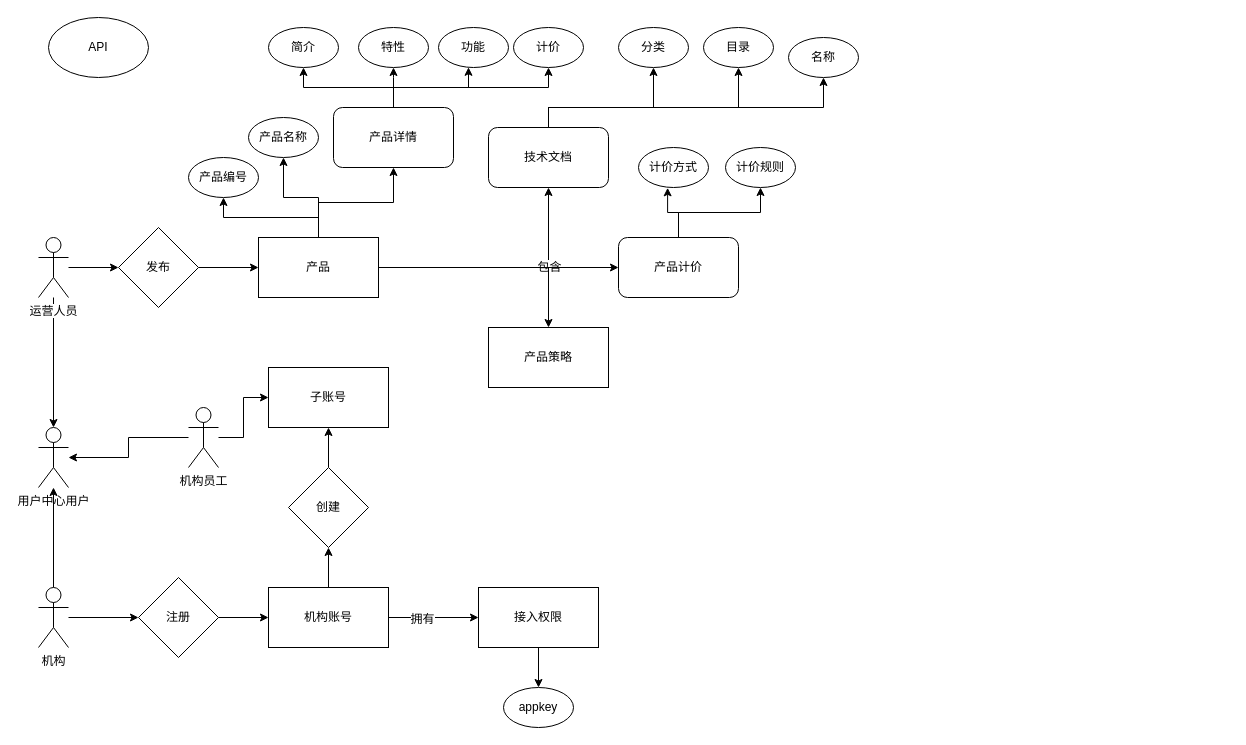
Earlier version of the draw.io diagram page "业务概念" (2 of 4) of 微医云模块.drawio (liaosg/test). Source tidied: cells renumbered, new cells numbered last; positions are measured from the earlier drawing's top-left corner, leaving out a move shared by most shapes. Both pictures are drawn from the tidied source at 100%, with x=0, y=0 at pixel (38, 17).
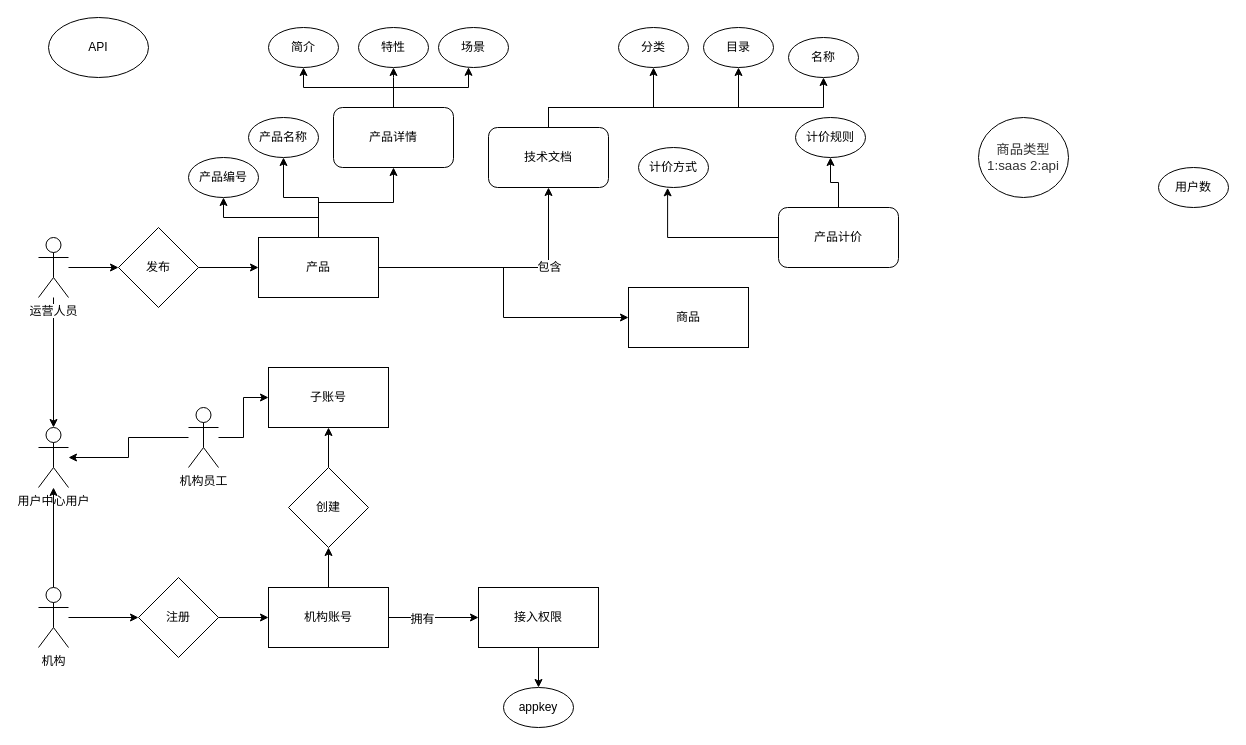
The same page after the edit.

Commit message:
Update 微医云模块.drawio

The change refers to these unchanged cells:
```xml
<mxCell id="9" value="产品" style="rounded=0;whiteSpace=wrap;html=1;" parent="1" vertex="1">
  <mxGeometry x="220" y="220" width="120" height="60" as="geometry" />
</mxCell>
<mxCell id="52" value="产品详情" style="rounded=1;whiteSpace=wrap;html=1;" parent="1" vertex="1">
  <mxGeometry x="295" y="90" width="120" height="60" as="geometry" />
</mxCell>
```

Change to the diagram source:
```diff
@@
-    <mxCell id="6" style="edgeStyle=orthogonalEdgeStyle;rounded=0;jettySize=auto;html=1;entryX=0;entryY=0.5;entryDx=0;entryDy=0;" parent="1" edge="1" source="9" target="44">
-      <mxGeometry relative="1" as="geometry" />
-    </mxCell>
-    <mxCell id="7" style="edgeStyle=orthogonalEdgeStyle;rounded=0;jettySize=auto;html=1;" parent="1" edge="1" source="9" target="47">
-      <mxGeometry relative="1" as="geometry" />
-    </mxCell>
@@
+    <mxCell id="59" style="edgeStyle=orthogonalEdgeStyle;rounded=0;jettySize=auto;html=1;" parent="1" edge="1" source="9" target="60">
+      <mxGeometry relative="1" as="geometry" />
+    </mxCell>
@@
     <mxCell id="44" value="产品计价" style="rounded=1;whiteSpace=wrap;html=1;" parent="1" vertex="1">
-      <mxGeometry x="580" y="220" width="120" height="60" as="geometry" />
+      <mxGeometry x="740" y="190" width="120" height="60" as="geometry" />
     </mxCell>
@@
     <mxCell id="46" value="计价规则" style="ellipse;whiteSpace=wrap;html=1;" parent="1" vertex="1">
-      <mxGeometry x="687" y="130" width="70" height="40" as="geometry" />
+      <mxGeometry x="757" y="100" width="70" height="40" as="geometry" />
     </mxCell>
-    <mxCell id="47" value="产品策略" style="rounded=0;whiteSpace=wrap;html=1;" parent="1" vertex="1">
-      <mxGeometry x="450" y="310" width="120" height="60" as="geometry" />
-    </mxCell>
@@
-    <mxCell id="51" style="edgeStyle=orthogonalEdgeStyle;rounded=0;jettySize=auto;html=1;" parent="1" edge="1" source="52" target="55">
-      <mxGeometry relative="1" as="geometry">
-        <Array as="points">
-          <mxPoint x="355" y="70" />
-          <mxPoint x="510" y="70" />
-        </Array>
-      </mxGeometry>
-    </mxCell>
@@
-    <mxCell id="54" value="功能" style="ellipse;whiteSpace=wrap;html=1;" parent="1" vertex="1">
+    <mxCell id="54" value="场景" style="ellipse;whiteSpace=wrap;html=1;" parent="1" vertex="1">
       <mxGeometry x="400" y="10" width="70" height="40" as="geometry" />
     </mxCell>
-    <mxCell id="55" value="计价" style="ellipse;whiteSpace=wrap;html=1;" parent="1" vertex="1">
-      <mxGeometry x="475" y="10" width="70" height="40" as="geometry" />
-    </mxCell>
@@
+    <mxCell id="60" value="商品" style="rounded=0;whiteSpace=wrap;html=1;" parent="1" vertex="1">
+      <mxGeometry x="590" y="270" width="120" height="60" as="geometry" />
+    </mxCell>
+    <mxCell id="61" value="&lt;span style=&quot;color: rgb(51 , 51 , 51) ; font-family: &amp;#34;arial&amp;#34; , &amp;#34;helvetica&amp;#34; , &amp;#34;freesans&amp;#34; , sans-serif ; font-size: 13.3333px ; text-align: left ; white-space: normal ; background-color: rgb(255 , 255 , 255)&quot;&gt;商品类型 1:saas 2:api&lt;/span&gt;" style="ellipse;whiteSpace=wrap;html=1;" parent="1" vertex="1">
+      <mxGeometry x="940" y="100" width="90" height="80" as="geometry" />
+    </mxCell>
+    <mxCell id="62" value="用户数" style="ellipse;whiteSpace=wrap;html=1;" parent="1" vertex="1">
+      <mxGeometry x="1120" y="150" width="70" height="40" as="geometry" />
+    </mxCell>
```
